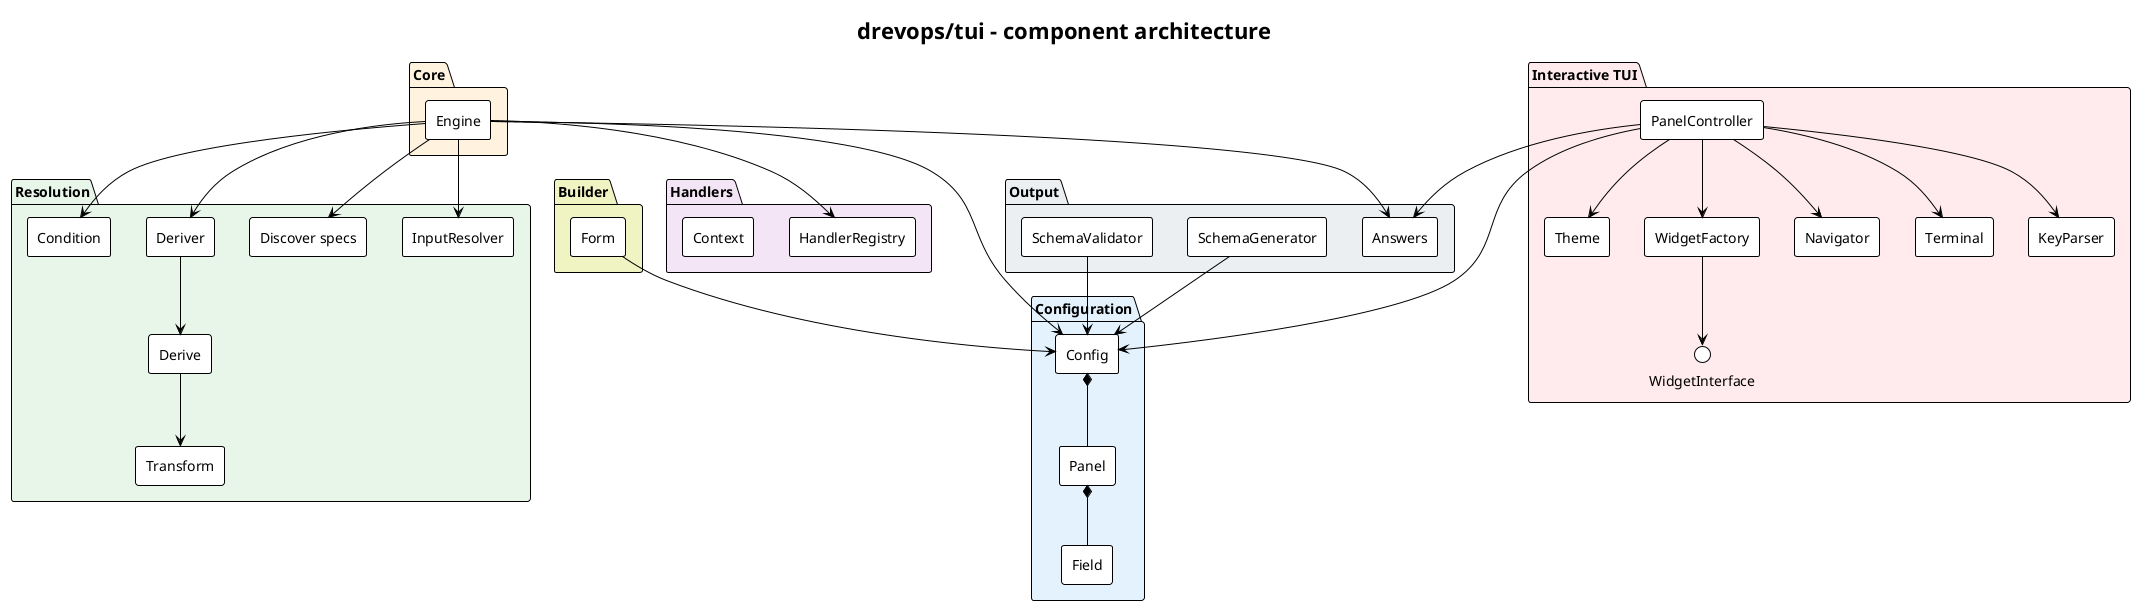
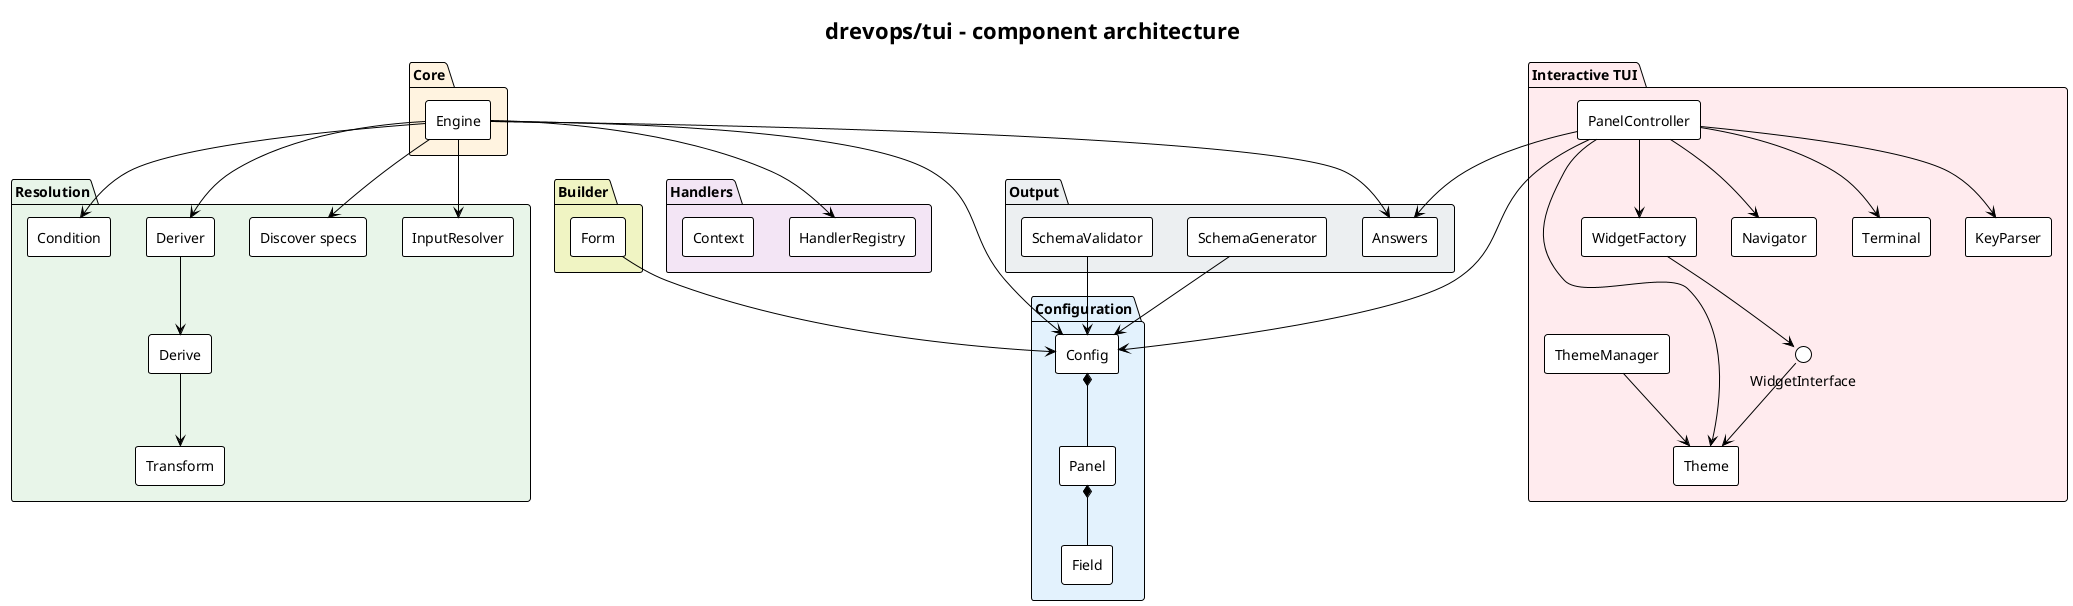
@startuml
' drevops/tui - component architecture.
' Packages mirror the src/ subdirectories; arrows show the main dependencies.
' Regenerate every SVG with:  plantuml -tsvg docs/architecture/*.puml
!theme plain
skinparam backgroundColor white
skinparam defaultFontName Helvetica
skinparam shadowing false
skinparam componentStyle rectangle
title drevops/tui - component architecture

package "Builder" #F0F4C3 {
  [Form]
}

package "Configuration" #E3F2FD {
  [Config]
  [Panel]
  [Field]
}

package "Core" #FFF3E0 {
  [Engine]
}

package "Resolution" #E8F5E9 {
  [InputResolver]
  [Discover specs]
  [Deriver]
  [Derive]
  [Transform]
  [Condition]
}

package "Handlers" #F3E5F5 {
  [HandlerRegistry]
  [Context]
}

package "Output" #ECEFF1 {
  [Answers]
  [SchemaGenerator]
  [SchemaValidator]
}

package "Interactive TUI" #FFEBEE {
  [PanelController]
+   [ThemeManager]
  [Theme]
  [WidgetFactory]
  interface WidgetInterface
  [Navigator]
  [Terminal]
  [KeyParser]
}

[Form] --> [Config]
[Config] *-- [Panel]
[Panel] *-- [Field]

[Engine] --> [Config]
[Engine] --> [InputResolver]
[Engine] --> [Discover specs]
[Engine] --> [Deriver]
[Deriver] --> [Derive]
[Derive] --> [Transform]
[Engine] --> [Condition]
[Engine] --> [HandlerRegistry]
[Engine] --> [Answers]

[SchemaGenerator] --> [Config]
[SchemaValidator] --> [Config]

[PanelController] --> [Config]
+ [ThemeManager] --> [Theme]
[PanelController] --> [Theme]
[PanelController] --> [WidgetFactory]
[WidgetFactory] --> WidgetInterface
+ WidgetInterface --> [Theme]
[PanelController] --> [Navigator]
[PanelController] --> [Terminal]
[PanelController] --> [KeyParser]
[PanelController] --> [Answers]
@enduml
